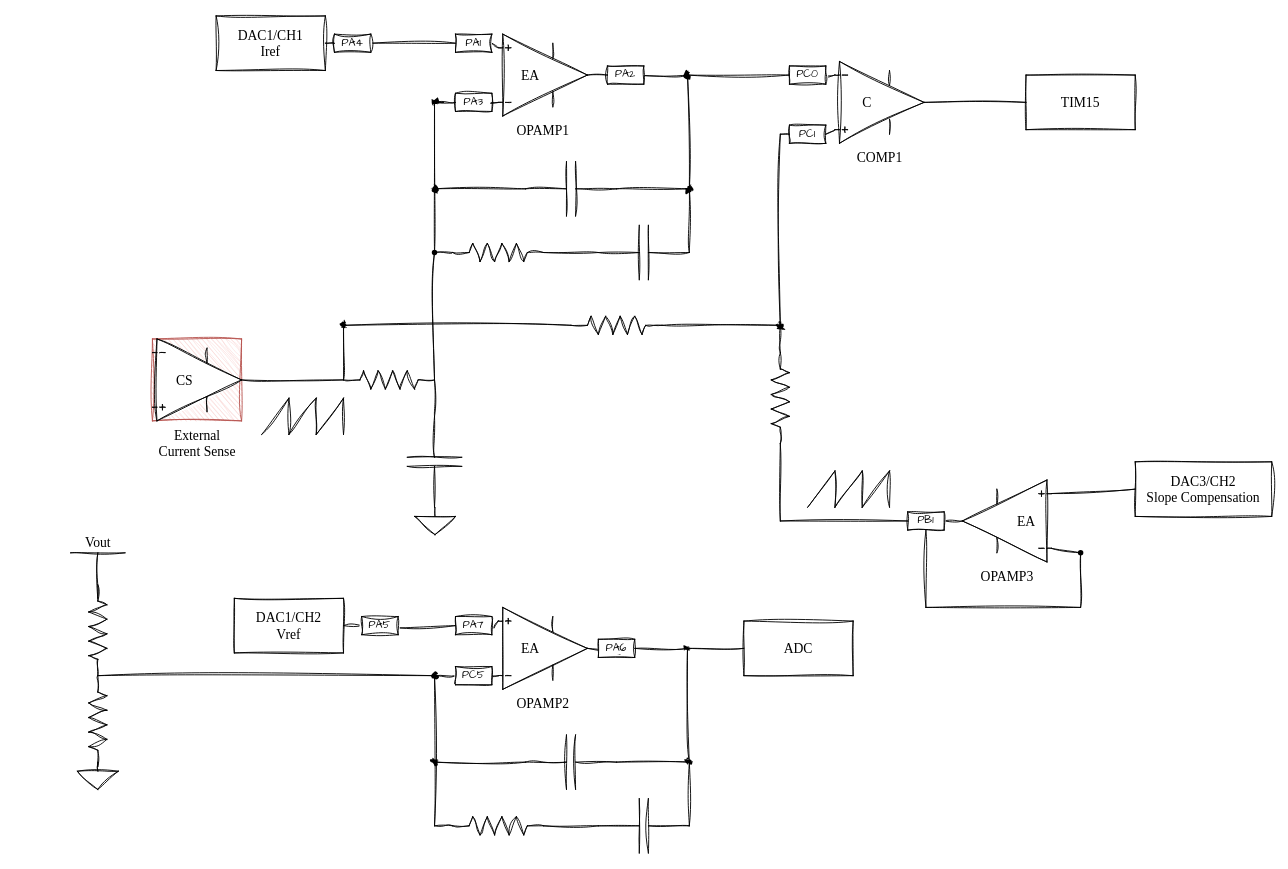
Before: assets/STM32 Compensation.drawio in resonantlabs/mixed-signal-pfc, a draw.io diagram. Source tidied: cells renumbered, new cells numbered last; positions are measured from the earlier drawing's top-left corner, leaving out a move shared by most shapes. Both pictures are drawn from the tidied source at 91%, with x=0, y=0 at pixel (15, 15).
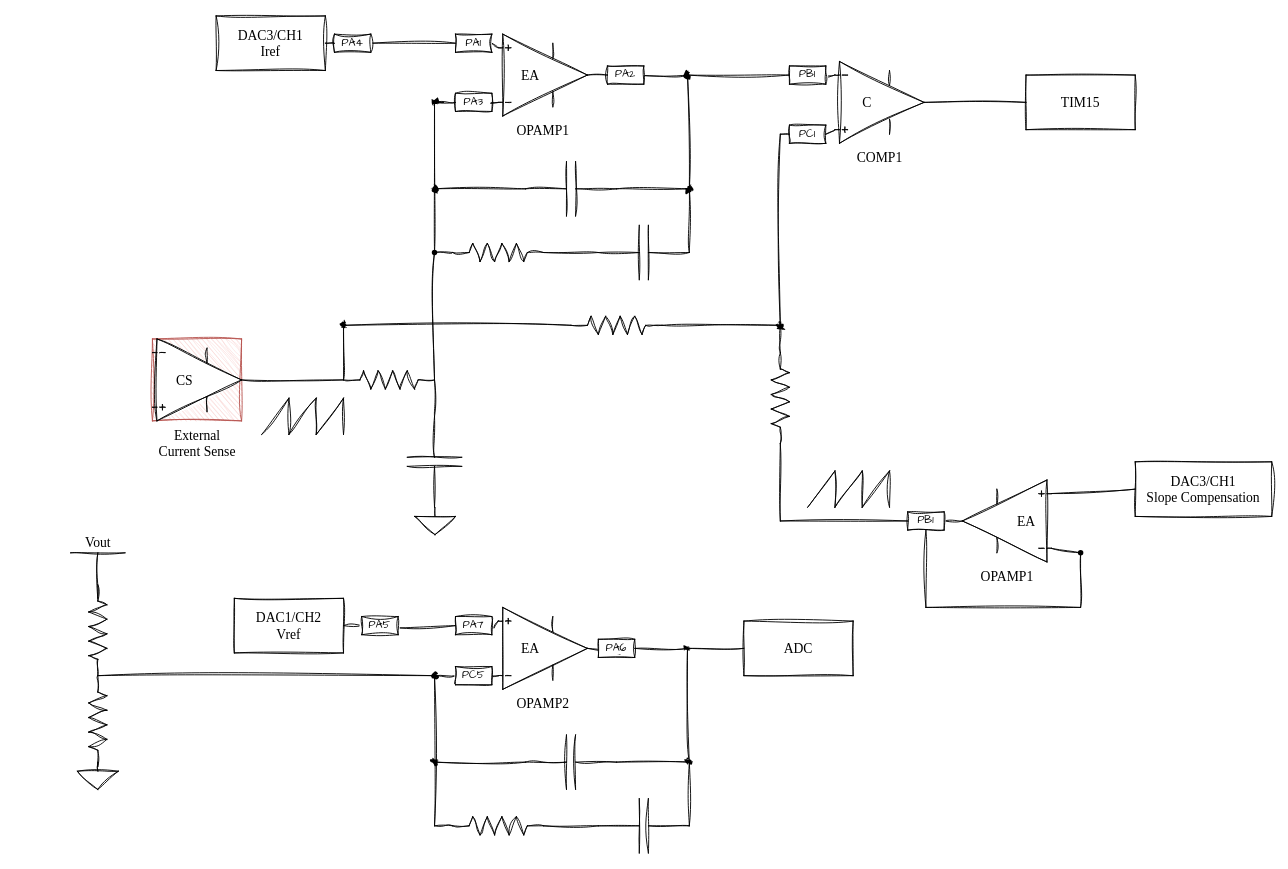
After the change.

Unchanged cells that the change refers to:
```xml
<mxCell id="94" style="group;flipV=1;flipH=0;labelBackgroundColor=none;sketch=1;curveFitting=1;jiggle=2;fontFamily=Garamond;fontSize=15;" parent="1" vertex="1">
  <mxGeometry x="1040" y="510" width="98" height="90" as="geometry" />
</mxCell>
```

Diff of the diagram source:
```diff
@@
-    <mxCell id="38" value="&lt;div&gt;DAC3/CH2&lt;/div&gt;&lt;div&gt;Slope Compensation&lt;/div&gt;" style="rounded=0;whiteSpace=wrap;html=1;fontFamily=Garamond;fontSize=15;fontColor=default;labelBackgroundColor=default;sketch=1;curveFitting=1;jiggle=2;" parent="1" vertex="1">
+    <mxCell id="38" value="&lt;div&gt;DAC3/CH1&lt;/div&gt;&lt;div&gt;Slope Compensation&lt;/div&gt;" style="rounded=0;whiteSpace=wrap;html=1;fontFamily=Garamond;fontSize=15;fontColor=default;labelBackgroundColor=default;sketch=1;curveFitting=1;jiggle=2;" parent="1" vertex="1">
       <mxGeometry x="1230" y="490" width="150" height="60" as="geometry" />
     </mxCell>
@@
-    <mxCell id="59" value="&lt;div&gt;DAC1/CH1&lt;/div&gt;&lt;div&gt;Iref&lt;/div&gt;" style="rounded=0;whiteSpace=wrap;html=1;fontFamily=Garamond;fontSize=15;fontColor=default;labelBackgroundColor=default;sketch=1;curveFitting=1;jiggle=2;" parent="1" vertex="1">
+    <mxCell id="59" value="&lt;div&gt;DAC3/CH1&lt;/div&gt;&lt;div&gt;Iref&lt;/div&gt;" style="rounded=0;whiteSpace=wrap;html=1;fontFamily=Garamond;fontSize=15;fontColor=default;labelBackgroundColor=default;sketch=1;curveFitting=1;jiggle=2;" parent="1" vertex="1">
       <mxGeometry x="220" width="120" height="60" as="geometry" />
     </mxCell>
@@
-    <mxCell id="92" value="PC0" style="rounded=0;whiteSpace=wrap;html=1;sketch=1;hachureGap=4;jiggle=2;curveFitting=1;fontFamily=Architects Daughter;" parent="1" vertex="1">
+    <mxCell id="92" value="PB1" style="rounded=0;whiteSpace=wrap;html=1;sketch=1;hachureGap=4;jiggle=2;curveFitting=1;fontFamily=Architects Daughter;" parent="1" vertex="1">
       <mxGeometry x="850" y="55" width="40" height="20" as="geometry" />
     </mxCell>
@@
-    <mxCell id="96" value="OPAMP3" style="verticalLabelPosition=bottom;shadow=0;dashed=0;align=center;html=1;verticalAlign=top;shape=mxgraph.electrical.abstract.operational_amp_1;flipH=1;flipV=1;labelBackgroundColor=none;sketch=1;curveFitting=1;jiggle=2;fontFamily=Garamond;fontSize=15;" parent="94" vertex="1">
+    <mxCell id="96" value="OPAMP1" style="verticalLabelPosition=bottom;shadow=0;dashed=0;align=center;html=1;verticalAlign=top;shape=mxgraph.electrical.abstract.operational_amp_1;flipH=1;flipV=1;labelBackgroundColor=none;sketch=1;curveFitting=1;jiggle=2;fontFamily=Garamond;fontSize=15;" parent="94" vertex="1">
       <mxGeometry width="98" height="90" as="geometry" />
     </mxCell>
```
